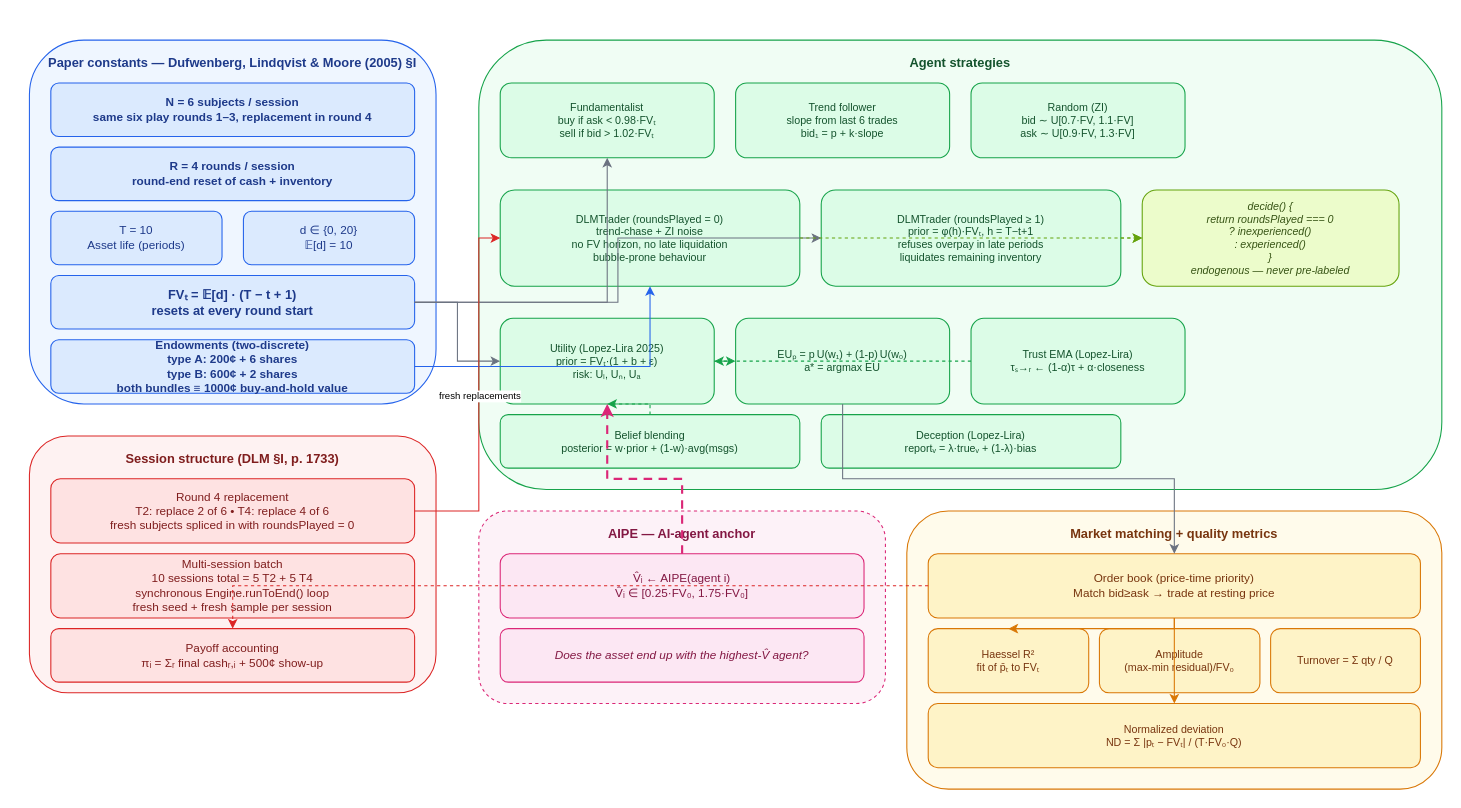
The draw.io diagram architecture.drawio in Mon-ius/bubble, before the edit. Source tidied: cells renumbered, new cells numbered last; positions are measured from the earlier drawing's top-left corner, leaving out a move shared by most shapes. Both pictures are drawn from the tidied source at 107%, with x=0, y=0 at pixel (29, 40).
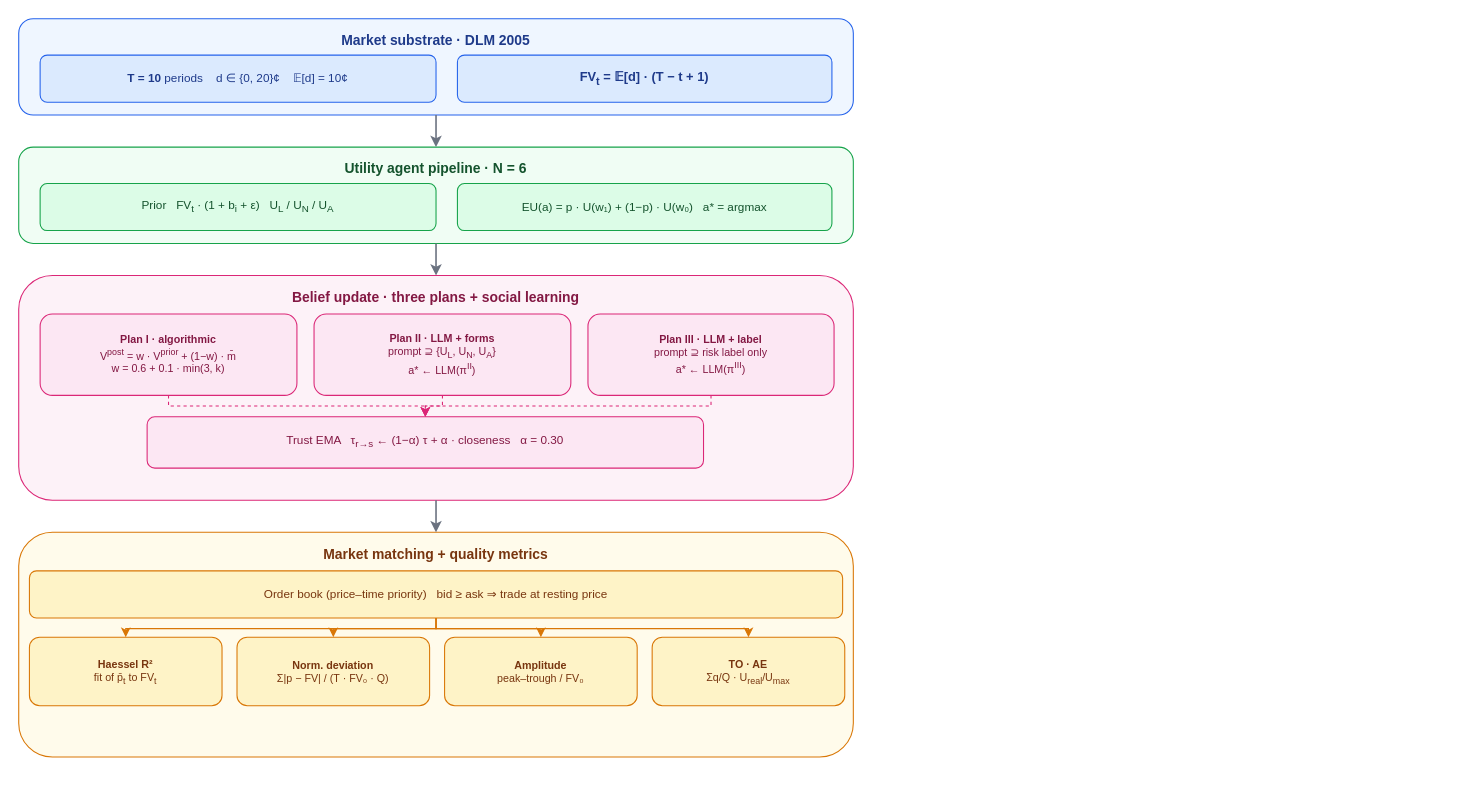
The same diagram, later.

Commit message:
Sync architecture.drawio with inline SVG mathematical pipeline

The .drawio file showed an older broad-overview diagram (all agent
types, AIPE overlay, session structure) that didn't match the 4-layer
mathematical pipeline currently rendered in the Architecture tab.
Regenerated to mirror the inline SVG: Market substrate → Utility
agent pipeline → Belief update (Plans I/II/III + Trust EMA) →
Market matching + quality metrics.

What changed in the source:
```diff
@@
-    <mxCell id="2" value="Paper constants — Dufwenberg, Lindqvist &amp; Moore (2005) §I" style="rounded=1;whiteSpace=wrap;html=1;fillColor=#eff6ff;strokeColor=#2563eb;fontColor=#1e3a8a;fontStyle=1;fontSize=12;verticalAlign=top;spacingTop=8;" parent="1" vertex="1">
-      <mxGeometry width="380" height="340" as="geometry" />
-    </mxCell>
-    <mxCell id="3" value="N = 6 subjects / session&#10;same six play rounds 1–3, replacement in round 4" style="rounded=1;whiteSpace=wrap;html=1;fillColor=#dbeafe;strokeColor=#2563eb;fontColor=#1e3a8a;fontStyle=1;fontSize=11;" parent="1" vertex="1">
-      <mxGeometry x="20" y="40" width="340" height="50" as="geometry" />
-    </mxCell>
-    <mxCell id="4" value="R = 4 rounds / session&#10;round-end reset of cash + inventory" style="rounded=1;whiteSpace=wrap;html=1;fillColor=#dbeafe;strokeColor=#2563eb;fontColor=#1e3a8a;fontStyle=1;fontSize=11;" parent="1" vertex="1">
-      <mxGeometry x="20" y="100" width="340" height="50" as="geometry" />
-    </mxCell>
-    <mxCell id="5" value="T = 10&#10;Asset life (periods)" style="rounded=1;whiteSpace=wrap;html=1;fillColor=#dbeafe;strokeColor=#2563eb;fontColor=#1e3a8a;fontSize=11;" parent="1" vertex="1">
-      <mxGeometry x="20" y="160" width="160" height="50" as="geometry" />
-    </mxCell>
-    <mxCell id="6" value="d ∈ {0, 20}&#10;𝔼[d] = 10" style="rounded=1;whiteSpace=wrap;html=1;fillColor=#dbeafe;strokeColor=#2563eb;fontColor=#1e3a8a;fontSize=11;" parent="1" vertex="1">
-      <mxGeometry x="200" y="160" width="160" height="50" as="geometry" />
-    </mxCell>
+    <mxCell id="50" value="Market substrate · DLM 2005" style="rounded=1;whiteSpace=wrap;html=1;fillColor=#eff6ff;strokeColor=#2563eb;fontColor=#1e3a8a;fontStyle=1;fontSize=13;verticalAlign=top;spacingTop=6;" parent="1" vertex="1">
+      <mxGeometry x="-10" y="-20" width="780" height="90" as="geometry" />
+    </mxCell>
+    <mxCell id="51" value="&lt;b&gt;T = 10&lt;/b&gt; periods    d ∈ {0, 20}¢    𝔼[d] = 10¢" style="rounded=1;whiteSpace=wrap;html=1;fillColor=#dbeafe;strokeColor=#2563eb;fontColor=#1e3a8a;fontSize=11;" parent="1" vertex="1">
+      <mxGeometry x="10" y="14" width="370" height="44" as="geometry" />
+    </mxCell>
-    <mxCell id="7" value="FVₜ = 𝔼[d] · (T − t + 1)&#10;resets at every round start" style="rounded=1;whiteSpace=wrap;html=1;fillColor=#dbeafe;strokeColor=#2563eb;fontColor=#1e3a8a;fontStyle=1;fontSize=12;" parent="1" vertex="1">
-      <mxGeometry x="20" y="220" width="340" height="50" as="geometry" />
+    <mxCell id="7" value="&lt;b&gt;FV&lt;sub&gt;t&lt;/sub&gt; = 𝔼[d] · (T − t + 1)&lt;/b&gt;" style="rounded=1;whiteSpace=wrap;html=1;fillColor=#dbeafe;strokeColor=#2563eb;fontColor=#1e3a8a;fontSize=12;" parent="1" vertex="1">
+      <mxGeometry x="400" y="14" width="350" height="44" as="geometry" />
     </mxCell>
-    <mxCell id="8" value="Endowments (two-discrete)&#10;type A: 200¢ + 6 shares&#10;type B: 600¢ + 2 shares&#10;both bundles ≡ 1000¢ buy-and-hold value" style="rounded=1;whiteSpace=wrap;html=1;fillColor=#dbeafe;strokeColor=#2563eb;fontColor=#1e3a8a;fontStyle=1;fontSize=11;" parent="1" vertex="1">
-      <mxGeometry x="20" y="280" width="340" height="50" as="geometry" />
-    </mxCell>
-    <mxCell id="9" value="Session structure (DLM §I, p. 1733)" style="rounded=1;whiteSpace=wrap;html=1;fillColor=#fef2f2;strokeColor=#dc2626;fontColor=#7f1d1d;fontStyle=1;fontSize=12;verticalAlign=top;spacingTop=8;" parent="1" vertex="1">
-      <mxGeometry y="370" width="380" height="240" as="geometry" />
-    </mxCell>
-    <mxCell id="10" value="Round 4 replacement&#10;T2: replace 2 of 6 • T4: replace 4 of 6&#10;fresh subjects spliced in with roundsPlayed = 0" style="rounded=1;whiteSpace=wrap;html=1;fillColor=#fee2e2;strokeColor=#dc2626;fontColor=#7f1d1d;fontSize=11;" parent="1" vertex="1">
-      <mxGeometry x="20" y="410" width="340" height="60" as="geometry" />
-    </mxCell>
-    <mxCell id="11" value="Multi-session batch&#10;10 sessions total = 5 T2 + 5 T4&#10;synchronous Engine.runToEnd() loop&#10;fresh seed + fresh sample per session" style="rounded=1;whiteSpace=wrap;html=1;fillColor=#fee2e2;strokeColor=#dc2626;fontColor=#7f1d1d;fontSize=11;" parent="1" vertex="1">
-      <mxGeometry x="20" y="480" width="340" height="60" as="geometry" />
-    </mxCell>
-    <mxCell id="12" value="Payoff accounting&#10;πᵢ = Σᵣ final cashᵣ,ᵢ + 500¢ show-up" style="rounded=1;whiteSpace=wrap;html=1;fillColor=#fee2e2;strokeColor=#dc2626;fontColor=#7f1d1d;fontSize=11;" parent="1" vertex="1">
-      <mxGeometry x="20" y="550" width="340" height="50" as="geometry" />
-    </mxCell>
-    <mxCell id="13" value="Agent strategies" style="rounded=1;whiteSpace=wrap;html=1;fillColor=#f0fdf4;strokeColor=#16a34a;fontColor=#14532d;fontStyle=1;fontSize=12;verticalAlign=top;spacingTop=8;" parent="1" vertex="1">
-      <mxGeometry x="420" width="900" height="420" as="geometry" />
-    </mxCell>
-    <mxCell id="14" value="Fundamentalist&#10;buy if ask &lt; 0.98·FVₜ&#10;sell if bid &gt; 1.02·FVₜ" style="rounded=1;whiteSpace=wrap;html=1;fillColor=#dcfce7;strokeColor=#16a34a;fontColor=#14532d;fontSize=10;" parent="1" vertex="1">
-      <mxGeometry x="440" y="40" width="200" height="70" as="geometry" />
-    </mxCell>
-    <mxCell id="15" value="Trend follower&#10;slope from last 6 trades&#10;bid₁ = p + k·slope" style="rounded=1;whiteSpace=wrap;html=1;fillColor=#dcfce7;strokeColor=#16a34a;fontColor=#14532d;fontSize=10;" parent="1" vertex="1">
-      <mxGeometry x="660" y="40" width="200" height="70" as="geometry" />
-    </mxCell>
-    <mxCell id="16" value="Random (ZI)&#10;bid ∼ U[0.7·FV, 1.1·FV]&#10;ask ∼ U[0.9·FV, 1.3·FV]" style="rounded=1;whiteSpace=wrap;html=1;fillColor=#dcfce7;strokeColor=#16a34a;fontColor=#14532d;fontSize=10;" parent="1" vertex="1">
-      <mxGeometry x="880" y="40" width="200" height="70" as="geometry" />
-    </mxCell>
-    <mxCell id="17" value="DLMTrader (roundsPlayed = 0)&#10;trend-chase + ZI noise&#10;no FV horizon, no late liquidation&#10;bubble-prone behaviour" style="rounded=1;whiteSpace=wrap;html=1;fillColor=#dcfce7;strokeColor=#16a34a;fontColor=#14532d;fontSize=10;" parent="1" vertex="1">
-      <mxGeometry x="440" y="140" width="280" height="90" as="geometry" />
-    </mxCell>
-    <mxCell id="18" value="DLMTrader (roundsPlayed ≥ 1)&#10;prior = φ(h)·FVₜ, h = T−t+1&#10;refuses overpay in late periods&#10;liquidates remaining inventory" style="rounded=1;whiteSpace=wrap;html=1;fillColor=#dcfce7;strokeColor=#16a34a;fontColor=#14532d;fontSize=10;" parent="1" vertex="1">
-      <mxGeometry x="740" y="140" width="280" height="90" as="geometry" />
-    </mxCell>
-    <mxCell id="19" value="decide() {&#10;  return roundsPlayed === 0&#10;    ? inexperienced()&#10;    : experienced()&#10;}&#10;endogenous — never pre-labeled" style="rounded=1;whiteSpace=wrap;html=1;fillColor=#ecfccb;strokeColor=#65a30d;fontColor=#365314;fontSize=10;fontStyle=2;" parent="1" vertex="1">
-      <mxGeometry x="1040" y="140" width="240" height="90" as="geometry" />
-    </mxCell>
-    <mxCell id="20" value="Utility (Lopez-Lira 2025)&#10;prior = FVₜ·(1 + b + ε)&#10;risk: Uₗ, Uₙ, Uₐ" style="rounded=1;whiteSpace=wrap;html=1;fillColor=#dcfce7;strokeColor=#16a34a;fontColor=#14532d;fontSize=10;" parent="1" vertex="1">
-      <mxGeometry x="440" y="260" width="200" height="80" as="geometry" />
-    </mxCell>
+    <mxCell id="52" value="Utility agent pipeline · N = 6" style="rounded=1;whiteSpace=wrap;html=1;fillColor=#f0fdf4;strokeColor=#16a34a;fontColor=#14532d;fontStyle=1;fontSize=13;verticalAlign=top;spacingTop=6;" parent="1" vertex="1">
+      <mxGeometry x="-10" y="100" width="780" height="90" as="geometry" />
+    </mxCell>
+    <mxCell id="53" value="Prior   FV&lt;sub&gt;t&lt;/sub&gt; · (1 + b&lt;sub&gt;i&lt;/sub&gt; + ε)   U&lt;sub&gt;L&lt;/sub&gt; / U&lt;sub&gt;N&lt;/sub&gt; / U&lt;sub&gt;A&lt;/sub&gt;" style="rounded=1;whiteSpace=wrap;html=1;fillColor=#dcfce7;strokeColor=#16a34a;fontColor=#14532d;fontSize=11;" parent="1" vertex="1">
+      <mxGeometry x="10" y="134" width="370" height="44" as="geometry" />
+    </mxCell>
-    <mxCell id="21" value="EUₚ = p U(w₁) + (1-p) U(w₀)&#10;a* = argmax EU" style="rounded=1;whiteSpace=wrap;html=1;fillColor=#dcfce7;strokeColor=#16a34a;fontColor=#14532d;fontSize=10;" parent="1" vertex="1">
-      <mxGeometry x="660" y="260" width="200" height="80" as="geometry" />
+    <mxCell id="21" value="EU(a) = p · U(w₁) + (1−p) · U(w₀)   a* = argmax" style="rounded=1;whiteSpace=wrap;html=1;fillColor=#dcfce7;strokeColor=#16a34a;fontColor=#14532d;fontSize=11;" parent="1" vertex="1">
+      <mxGeometry x="400" y="134" width="350" height="44" as="geometry" />
     </mxCell>
+    <mxCell id="54" value="Belief update · three plans + social learning" style="rounded=1;whiteSpace=wrap;html=1;fillColor=#fdf2f8;strokeColor=#db2777;fontColor=#831843;fontStyle=1;fontSize=13;verticalAlign=top;spacingTop=6;" parent="1" vertex="1">
+      <mxGeometry x="-10" y="220" width="780" height="210" as="geometry" />
+    </mxCell>
+    <mxCell id="55" value="&lt;b&gt;Plan I · algorithmic&lt;/b&gt;&#10;V&lt;sup&gt;post&lt;/sup&gt; = w · V&lt;sup&gt;prior&lt;/sup&gt; + (1−w) · m̄&#10;w = 0.6 + 0.1 · min(3, k)" style="rounded=1;whiteSpace=wrap;html=1;fillColor=#fce7f3;strokeColor=#db2777;fontColor=#831843;fontSize=10;" parent="1" vertex="1">
+      <mxGeometry x="10" y="256" width="240" height="76" as="geometry" />
+    </mxCell>
+    <mxCell id="56" value="&lt;b&gt;Plan II · LLM + forms&lt;/b&gt;&#10;prompt ⊇ {U&lt;sub&gt;L&lt;/sub&gt;, U&lt;sub&gt;N&lt;/sub&gt;, U&lt;sub&gt;A&lt;/sub&gt;}&#10;a* ← LLM(π&lt;sup&gt;II&lt;/sup&gt;)" style="rounded=1;whiteSpace=wrap;html=1;fillColor=#fce7f3;strokeColor=#db2777;fontColor=#831843;fontSize=10;" parent="1" vertex="1">
+      <mxGeometry x="266" y="256" width="240" height="76" as="geometry" />
+    </mxCell>
+    <mxCell id="57" value="&lt;b&gt;Plan III · LLM + label&lt;/b&gt;&#10;prompt ⊇ risk label only&#10;a* ← LLM(π&lt;sup&gt;III&lt;/sup&gt;)" style="rounded=1;whiteSpace=wrap;html=1;fillColor=#fce7f3;strokeColor=#db2777;fontColor=#831843;fontSize=10;" parent="1" vertex="1">
+      <mxGeometry x="522" y="256" width="230" height="76" as="geometry" />
+    </mxCell>
-    <mxCell id="22" value="Trust EMA (Lopez-Lira)&#10;τₛ→ᵣ ← (1-α)τ + α·closeness" style="rounded=1;whiteSpace=wrap;html=1;fillColor=#dcfce7;strokeColor=#16a34a;fontColor=#14532d;fontSize=10;" parent="1" vertex="1">
-      <mxGeometry x="880" y="260" width="200" height="80" as="geometry" />
+    <mxCell id="22" value="Trust EMA   τ&lt;sub&gt;r→s&lt;/sub&gt; ← (1−α) τ + α · closeness   α = 0.30" style="rounded=1;whiteSpace=wrap;html=1;fillColor=#fce7f3;strokeColor=#db2777;fontColor=#831843;fontSize=11;" parent="1" vertex="1">
+      <mxGeometry x="110" y="352" width="520" height="48" as="geometry" />
     </mxCell>
-    <mxCell id="23" value="Belief blending&#10;posterior = w·prior + (1-w)·avg(msgs)" style="rounded=1;whiteSpace=wrap;html=1;fillColor=#dcfce7;strokeColor=#16a34a;fontColor=#14532d;fontSize=10;" parent="1" vertex="1">
-      <mxGeometry x="440" y="350" width="280" height="50" as="geometry" />
-    </mxCell>
-    <mxCell id="24" value="Deception (Lopez-Lira)&#10;reportᵥ = λ·trueᵥ + (1-λ)·bias" style="rounded=1;whiteSpace=wrap;html=1;fillColor=#dcfce7;strokeColor=#16a34a;fontColor=#14532d;fontSize=10;" parent="1" vertex="1">
-      <mxGeometry x="740" y="350" width="280" height="50" as="geometry" />
-    </mxCell>
-    <mxCell id="25" value="AIPE — AI-agent anchor" style="rounded=1;whiteSpace=wrap;html=1;fillColor=#fdf2f8;strokeColor=#db2777;strokeDasharray=5 5;fontColor=#831843;fontStyle=1;fontSize=12;verticalAlign=top;spacingTop=8;dashed=1;" parent="1" vertex="1">
-      <mxGeometry x="420" y="440" width="380" height="180" as="geometry" />
-    </mxCell>
-    <mxCell id="26" value="V̂ᵢ ← AIPE(agent i)&#10;V̂ᵢ ∈ [0.25·FV₀, 1.75·FV₀]" style="rounded=1;whiteSpace=wrap;html=1;fillColor=#fce7f3;strokeColor=#db2777;fontColor=#831843;fontSize=11;" parent="1" vertex="1">
-      <mxGeometry x="440" y="480" width="340" height="60" as="geometry" />
-    </mxCell>
-    <mxCell id="27" value="Does the asset end up with the highest-V̂ agent?" style="rounded=1;whiteSpace=wrap;html=1;fillColor=#fce7f3;strokeColor=#db2777;fontColor=#831843;fontSize=11;fontStyle=2;" parent="1" vertex="1">
-      <mxGeometry x="440" y="550" width="340" height="50" as="geometry" />
-    </mxCell>
-    <mxCell id="28" value="Market matching + quality metrics" style="rounded=1;whiteSpace=wrap;html=1;fillColor=#fffbeb;strokeColor=#d97706;fontColor=#78350f;fontStyle=1;fontSize=12;verticalAlign=top;spacingTop=8;" parent="1" vertex="1">
-      <mxGeometry x="820" y="440" width="500" height="260" as="geometry" />
+    <mxCell id="28" value="Market matching + quality metrics" style="rounded=1;whiteSpace=wrap;html=1;fillColor=#fffbeb;strokeColor=#d97706;fontColor=#78350f;fontStyle=1;fontSize=13;verticalAlign=top;spacingTop=6;" parent="1" vertex="1">
+      <mxGeometry x="-10" y="460" width="780" height="210" as="geometry" />
     </mxCell>
-    <mxCell id="29" value="Order book (price-time priority)&#10;Match bid≥ask → trade at resting price" style="rounded=1;whiteSpace=wrap;html=1;fillColor=#fef3c7;strokeColor=#d97706;fontColor=#78350f;fontSize=11;" parent="1" vertex="1">
-      <mxGeometry x="840" y="480" width="460" height="60" as="geometry" />
+    <mxCell id="29" value="Order book (price–time priority)   bid ≥ ask ⇒ trade at resting price" style="rounded=1;whiteSpace=wrap;html=1;fillColor=#fef3c7;strokeColor=#d97706;fontColor=#78350f;fontSize=11;" parent="1" vertex="1">
+      <mxGeometry y="496" width="760" height="44" as="geometry" />
     </mxCell>
-    <mxCell id="30" value="Haessel R²&#10;fit of p̄ₜ to FVₜ" style="rounded=1;whiteSpace=wrap;html=1;fillColor=#fef3c7;strokeColor=#d97706;fontColor=#78350f;fontSize=10;" parent="1" vertex="1">
-      <mxGeometry x="840" y="550" width="150" height="60" as="geometry" />
+    <mxCell id="30" value="&lt;b&gt;Haessel R²&lt;/b&gt;&#10;fit of p̄&lt;sub&gt;t&lt;/sub&gt; to FV&lt;sub&gt;t&lt;/sub&gt;" style="rounded=1;whiteSpace=wrap;html=1;fillColor=#fef3c7;strokeColor=#d97706;fontColor=#78350f;fontSize=10;" parent="1" vertex="1">
+      <mxGeometry y="558" width="180" height="64" as="geometry" />
     </mxCell>
+    <mxCell id="33" value="&lt;b&gt;Norm. deviation&lt;/b&gt;&#10;Σ|p − FV| / (T · FV₀ · Q)" style="rounded=1;whiteSpace=wrap;html=1;fillColor=#fef3c7;strokeColor=#d97706;fontColor=#78350f;fontSize=10;" parent="1" vertex="1">
+      <mxGeometry x="194" y="558" width="180" height="64" as="geometry" />
+    </mxCell>
-    <mxCell id="31" value="Amplitude&#10;(max-min residual)/FV₀" style="rounded=1;whiteSpace=wrap;html=1;fillColor=#fef3c7;strokeColor=#d97706;fontColor=#78350f;fontSize=10;" parent="1" vertex="1">
-      <mxGeometry x="1000" y="550" width="150" height="60" as="geometry" />
+    <mxCell id="31" value="&lt;b&gt;Amplitude&lt;/b&gt;&#10;peak–trough / FV₀" style="rounded=1;whiteSpace=wrap;html=1;fillColor=#fef3c7;strokeColor=#d97706;fontColor=#78350f;fontSize=10;" parent="1" vertex="1">
+      <mxGeometry x="388" y="558" width="180" height="64" as="geometry" />
     </mxCell>
-    <mxCell id="32" value="Turnover = Σ qty / Q" style="rounded=1;whiteSpace=wrap;html=1;fillColor=#fef3c7;strokeColor=#d97706;fontColor=#78350f;fontSize=10;" parent="1" vertex="1">
-      <mxGeometry x="1160" y="550" width="140" height="60" as="geometry" />
-    </mxCell>
-    <mxCell id="33" value="Normalized deviation&#10;ND = Σ |pₜ − FVₜ| / (T·FV₀·Q)" style="rounded=1;whiteSpace=wrap;html=1;fillColor=#fef3c7;strokeColor=#d97706;fontColor=#78350f;fontSize=10;" parent="1" vertex="1">
-      <mxGeometry x="840" y="620" width="460" height="60" as="geometry" />
-    </mxCell>
-    <mxCell id="34" style="edgeStyle=orthogonalEdgeStyle;rounded=0;jettySize=auto;html=1;endArrow=classic;strokeColor=#6b7280;" parent="1" edge="1" source="7" target="14">
-      <mxGeometry relative="1" as="geometry" />
-    </mxCell>
-    <mxCell id="35" style="edgeStyle=orthogonalEdgeStyle;rounded=0;jettySize=auto;html=1;endArrow=classic;strokeColor=#6b7280;" parent="1" edge="1" source="7" target="18">
-      <mxGeometry relative="1" as="geometry" />
-    </mxCell>
-    <mxCell id="36" style="edgeStyle=orthogonalEdgeStyle;rounded=0;jettySize=auto;html=1;endArrow=classic;strokeColor=#6b7280;" parent="1" edge="1" source="7" target="20">
-      <mxGeometry relative="1" as="geometry" />
-    </mxCell>
-    <mxCell id="37" style="edgeStyle=orthogonalEdgeStyle;rounded=0;jettySize=auto;html=1;endArrow=classic;strokeColor=#2563eb;" parent="1" edge="1" source="8" target="17">
-      <mxGeometry relative="1" as="geometry" />
-    </mxCell>
-    <mxCell id="38" style="edgeStyle=orthogonalEdgeStyle;rounded=0;html=1;endArrow=classic;strokeColor=#65a30d;dashed=1;" parent="1" edge="1" source="17" target="19">
-      <mxGeometry relative="1" as="geometry" />
-    </mxCell>
-    <mxCell id="39" style="edgeStyle=orthogonalEdgeStyle;rounded=0;html=1;endArrow=classic;strokeColor=#65a30d;dashed=1;" parent="1" edge="1" source="18" target="19">
-      <mxGeometry relative="1" as="geometry" />
-    </mxCell>
-    <mxCell id="40" style="edgeStyle=orthogonalEdgeStyle;rounded=0;html=1;endArrow=classic;strokeColor=#dc2626;fontColor=#7f1d1d;fontSize=10;" parent="1" edge="1" source="10" target="17">
-      <mxGeometry relative="1" as="geometry">
-        <Array as="points">
-          <mxPoint x="420" y="440" />
-          <mxPoint x="420" y="185" />
-        </Array>
-      </mxGeometry>
-    </mxCell>
-    <mxCell id="41" value="fresh replacements" style="edgeLabel;html=1;align=center;verticalAlign=middle;fontSize=9;" parent="40" vertex="1">
-      <mxGeometry relative="1" as="geometry" />
-    </mxCell>
-    <mxCell id="42" style="edgeStyle=orthogonalEdgeStyle;rounded=0;html=1;endArrow=classic;strokeColor=#16a34a;" parent="1" edge="1" source="20" target="21">
-      <mxGeometry relative="1" as="geometry" />
-    </mxCell>
-    <mxCell id="43" style="edgeStyle=orthogonalEdgeStyle;rounded=0;html=1;endArrow=classic;strokeColor=#6b7280;" parent="1" edge="1" source="21" target="29">
-      <mxGeometry relative="1" as="geometry" />
-    </mxCell>
+    <mxCell id="58" value="&lt;b&gt;TO · AE&lt;/b&gt;&#10;Σq/Q · U&lt;sub&gt;real&lt;/sub&gt;/U&lt;sub&gt;max&lt;/sub&gt;" style="rounded=1;whiteSpace=wrap;html=1;fillColor=#fef3c7;strokeColor=#d97706;fontColor=#78350f;fontSize=10;" parent="1" vertex="1">
+      <mxGeometry x="582" y="558" width="180" height="64" as="geometry" />
+    </mxCell>
+    <mxCell id="59" style="edgeStyle=orthogonalEdgeStyle;rounded=0;html=1;endArrow=classic;strokeColor=#6b7280;strokeWidth=1.5;" parent="1" edge="1" source="50" target="52">
+      <mxGeometry relative="1" as="geometry" />
+    </mxCell>
+    <mxCell id="60" style="edgeStyle=orthogonalEdgeStyle;rounded=0;html=1;endArrow=classic;strokeColor=#6b7280;strokeWidth=1.5;" parent="1" edge="1" source="52" target="54">
+      <mxGeometry relative="1" as="geometry" />
+    </mxCell>
+    <mxCell id="61" style="edgeStyle=orthogonalEdgeStyle;rounded=0;html=1;endArrow=classic;strokeColor=#db2777;dashed=1;" parent="1" edge="1" source="55" target="22">
+      <mxGeometry relative="1" as="geometry" />
+    </mxCell>
+    <mxCell id="62" style="edgeStyle=orthogonalEdgeStyle;rounded=0;html=1;endArrow=classic;strokeColor=#db2777;dashed=1;" parent="1" edge="1" source="56" target="22">
+      <mxGeometry relative="1" as="geometry" />
+    </mxCell>
+    <mxCell id="63" style="edgeStyle=orthogonalEdgeStyle;rounded=0;html=1;endArrow=classic;strokeColor=#db2777;dashed=1;" parent="1" edge="1" source="57" target="22">
+      <mxGeometry relative="1" as="geometry" />
+    </mxCell>
+    <mxCell id="64" style="edgeStyle=orthogonalEdgeStyle;rounded=0;html=1;endArrow=classic;strokeColor=#6b7280;strokeWidth=1.5;" parent="1" edge="1" source="54" target="28">
+      <mxGeometry relative="1" as="geometry" />
+    </mxCell>
+    <mxCell id="45" style="edgeStyle=orthogonalEdgeStyle;rounded=0;html=1;endArrow=classic;strokeColor=#d97706;" parent="1" edge="1" source="29" target="30">
+      <mxGeometry relative="1" as="geometry" />
+    </mxCell>
@@
-    <mxCell id="45" style="edgeStyle=orthogonalEdgeStyle;rounded=0;html=1;endArrow=classic;strokeColor=#d97706;" parent="1" edge="1" source="29" target="30">
-      <mxGeometry relative="1" as="geometry" />
-    </mxCell>
-    <mxCell id="46" style="edgeStyle=orthogonalEdgeStyle;rounded=0;html=1;endArrow=classic;strokeColor=#dc2626;dashed=1;" parent="1" edge="1" source="29" target="12">
-      <mxGeometry relative="1" as="geometry" />
-    </mxCell>
-    <mxCell id="47" style="edgeStyle=orthogonalEdgeStyle;rounded=0;html=1;endArrow=classic;strokeColor=#db2777;strokeWidth=2;dashed=1;dashPattern=4 3;" parent="1" edge="1" source="26" target="20">
-      <mxGeometry relative="1" as="geometry" />
-    </mxCell>
-    <mxCell id="48" style="edgeStyle=orthogonalEdgeStyle;rounded=0;html=1;endArrow=classic;strokeColor=#16a34a;dashed=1;" parent="1" edge="1" source="22" target="20">
-      <mxGeometry relative="1" as="geometry" />
-    </mxCell>
-    <mxCell id="49" style="edgeStyle=orthogonalEdgeStyle;rounded=0;html=1;endArrow=classic;strokeColor=#16a34a;dashed=1;" parent="1" edge="1" source="23" target="20">
-      <mxGeometry relative="1" as="geometry" />
-    </mxCell>
+    <mxCell id="65" style="edgeStyle=orthogonalEdgeStyle;rounded=0;html=1;endArrow=classic;strokeColor=#d97706;" parent="1" edge="1" source="29" target="31">
+      <mxGeometry relative="1" as="geometry" />
+    </mxCell>
+    <mxCell id="66" style="edgeStyle=orthogonalEdgeStyle;rounded=0;html=1;endArrow=classic;strokeColor=#d97706;" parent="1" edge="1" source="29" target="58">
+      <mxGeometry relative="1" as="geometry" />
+    </mxCell>
```
